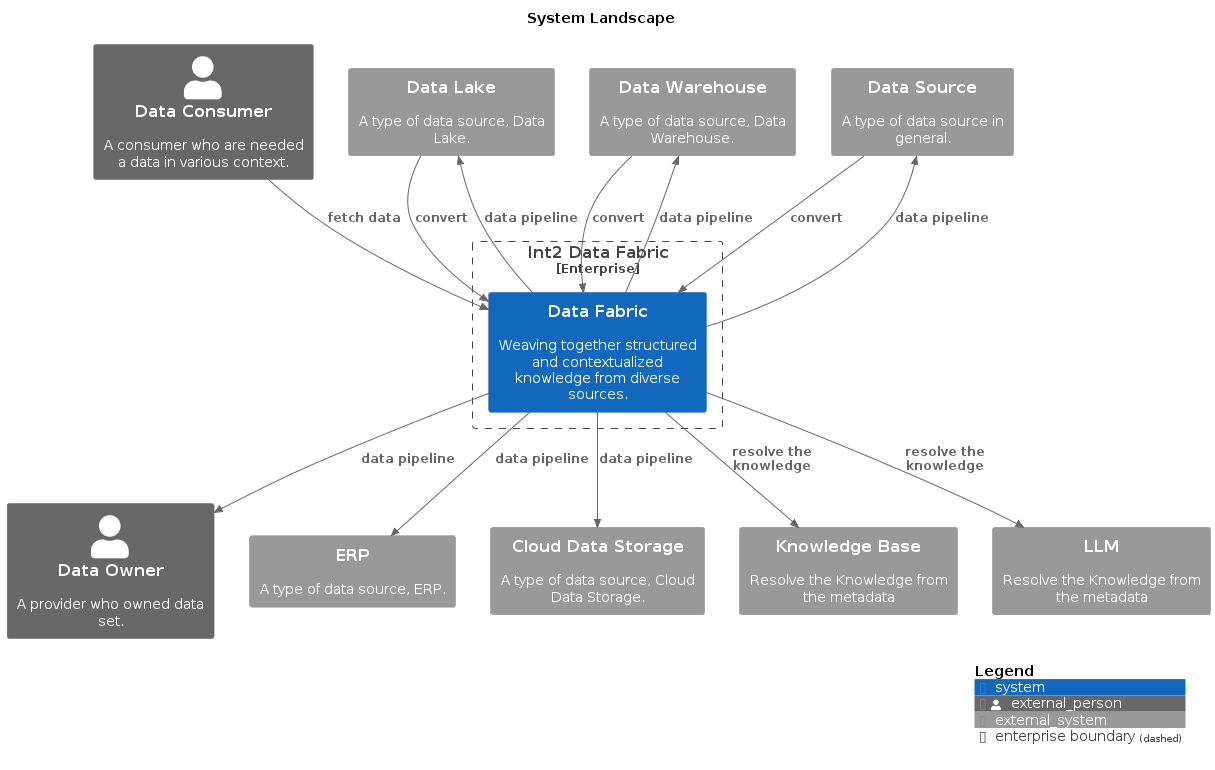
Before: master/png/SystemLandscape.png, a diagram exported from PlantUML (IntellectusCorp/data-fabric-docs).
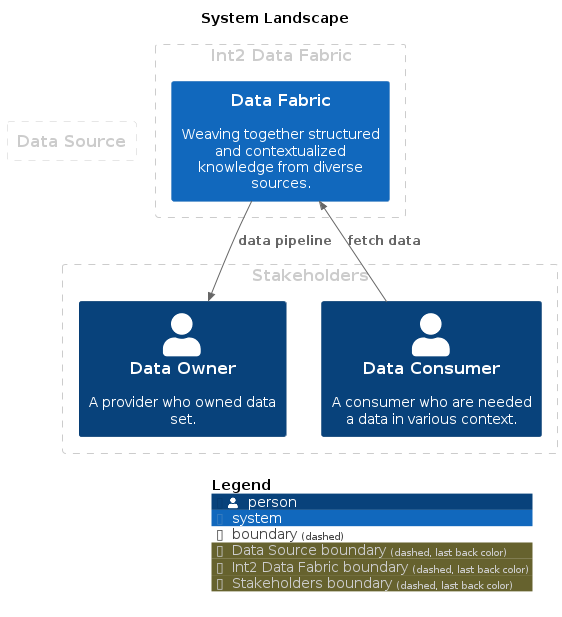
The same file after the commit.

What changed in the source:
```diff
@@ -7,32 +7,24 @@
 !include <C4/C4>
 !include <C4/C4_Context>
 
-Enterprise_Boundary(enterprise, "Int2 Data Fabric") {
+AddBoundaryTag("Data Source", $borderColor="#cccccc", $fontColor="#cccccc")
+Boundary(group_1, "Data Source", $tags="Data Source") {
+}
+
+AddBoundaryTag("Int2 Data Fabric", $borderColor="#cccccc", $fontColor="#cccccc")
+Boundary(group_2, "Int2 Data Fabric", $tags="Int2 Data Fabric") {
   System(DataFabric, "Data Fabric", "Weaving together structured and contextualized knowledge from diverse sources.", $tags="")
 }
 
-Person_Ext(DataConsumer, "Data Consumer", "A consumer who are needed a data in various context.", $tags="")
-Person_Ext(DataOwner, "Data Owner", "A provider who owned data set.", $tags="")
-System_Ext(ERP, "ERP", "A type of data source, ERP.", $tags="")
-System_Ext(DataLake, "Data Lake", "A type of data source, Data Lake.", $tags="")
-System_Ext(DataWarehouse, "Data Warehouse", "A type of data source, Data Warehouse.", $tags="")
-System_Ext(CloudDataStorage, "Cloud Data Storage", "A type of data source, Cloud Data Storage.", $tags="")
-System_Ext(DataSource, "Data Source", "A type of data source in general.", $tags="")
-System_Ext(KnowledgeBase, "Knowledge Base", "Resolve the Knowledge from the metadata", $tags="")
-System_Ext(LLM, "LLM", "Resolve the Knowledge from the metadata", $tags="")
+AddBoundaryTag("Stakeholders", $borderColor="#cccccc", $fontColor="#cccccc")
+Boundary(group_3, "Stakeholders", $tags="Stakeholders") {
+  Person(DataConsumer, "Data Consumer", "A consumer who are needed a data in various context.", $tags="")
+  Person(DataOwner, "Data Owner", "A provider who owned data set.", $tags="")
+}
+
 
 Rel_D(DataConsumer, DataFabric, "fetch data", $tags="")
-Rel_D(DataFabric, KnowledgeBase, "resolve the knowledge", $tags="")
-Rel_D(DataFabric, LLM, "resolve the knowledge", $tags="")
 Rel_D(DataFabric, DataOwner, "data pipeline", $tags="")
-Rel_D(DataFabric, ERP, "data pipeline", $tags="")
-Rel_D(DataFabric, DataLake, "data pipeline", $tags="")
-Rel_D(DataFabric, DataWarehouse, "data pipeline", $tags="")
-Rel_D(DataFabric, CloudDataStorage, "data pipeline", $tags="")
-Rel_D(DataFabric, DataSource, "data pipeline", $tags="")
-Rel_D(DataLake, DataFabric, "convert", $tags="")
-Rel_D(DataWarehouse, DataFabric, "convert", $tags="")
-Rel_D(DataSource, DataFabric, "convert", $tags="")
 
 SHOW_LEGEND(true)
 @enduml
```
